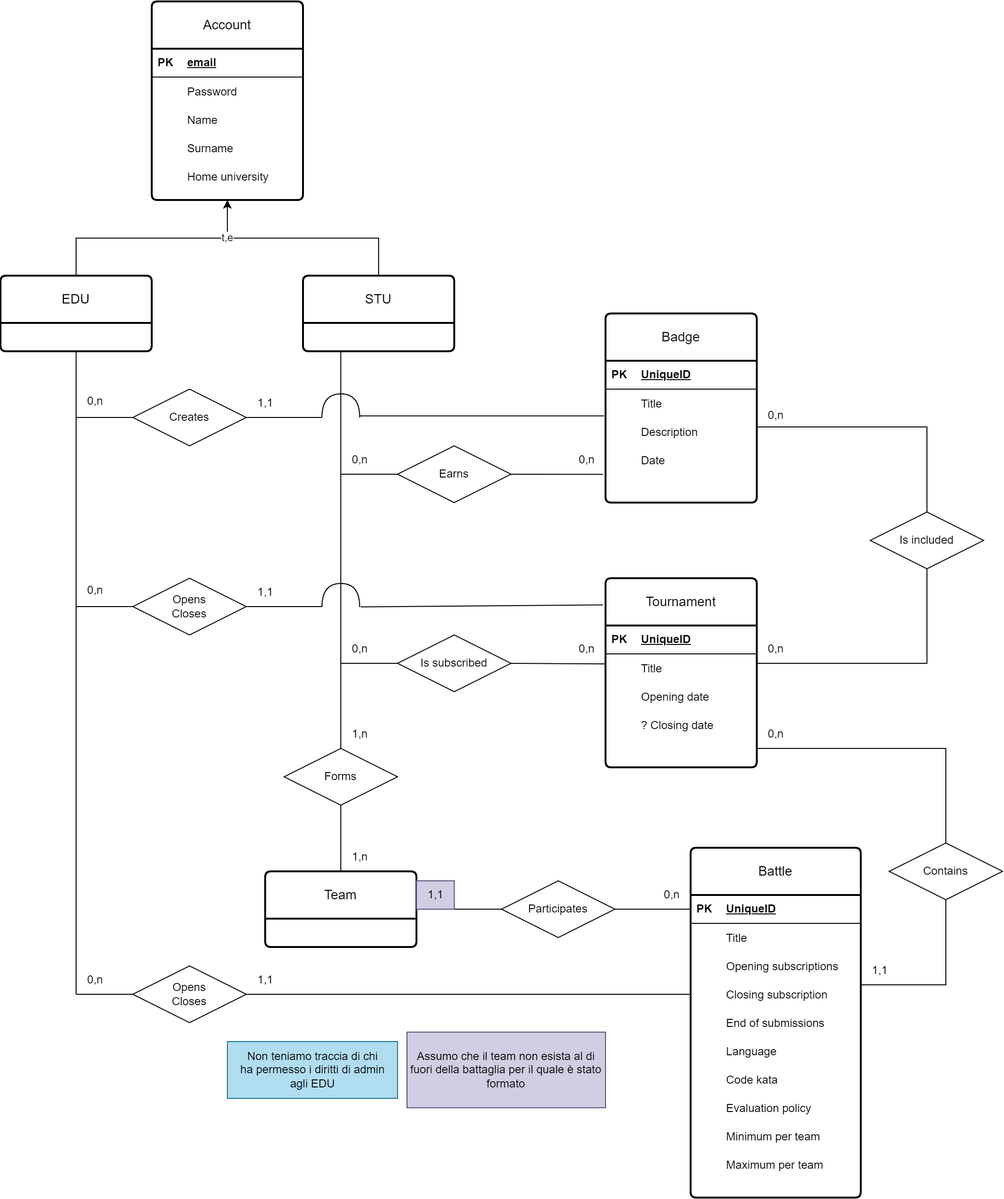
This is DD/images/diagrams/er_diagram.png from pontig/sw-eng-2-PasiniPontiggiaStasi, a draw.io export, as it was before one commit. Source tidied: cells renumbered, new cells last; positions are measured from the earlier drawing's top-left corner, leaving out a move shared by most shapes.
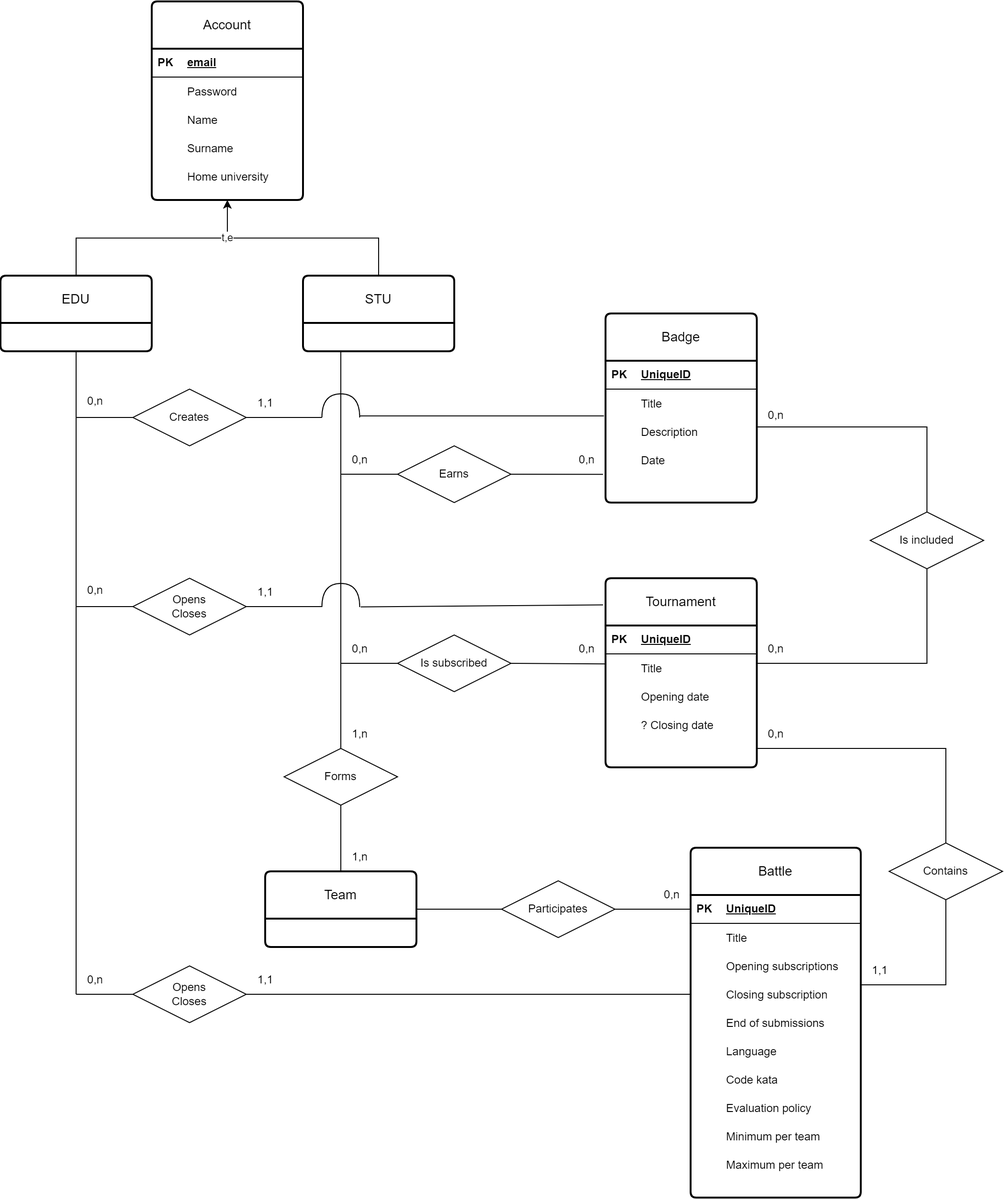
The same diagram one commit later.

What changed in the source:
```diff
@@ -161,9 +161,6 @@
     <mxCell id="54" value="Is subscribed" style="shape=rhombus;perimeter=rhombusPerimeter;whiteSpace=wrap;html=1;align=center;" parent="1" vertex="1">
       <mxGeometry x="420" y="670" width="120" height="60" as="geometry" />
     </mxCell>
-    <mxCell id="55" value="Non teniamo traccia di chi&lt;br&gt;ha permesso i diritti di admin&lt;br&gt;agli EDU" style="text;html=1;align=center;verticalAlign=middle;strokeColor=#10739e;fillColor=#b1ddf0;" parent="1" vertex="1">
-      <mxGeometry x="240" y="1100" width="180" height="60" as="geometry" />
-    </mxCell>
     <mxCell id="56" value="Battle" style="swimlane;horizontal=1;startSize=50;rounded=1;fontSize=14;fontStyle=0;strokeWidth=2;shadow=0;dashed=0;align=center;arcSize=4;whiteSpace=wrap;html=1;" parent="1" vertex="1">
       <mxGeometry x="730" y="895" width="180" height="370" as="geometry" />
     </mxCell>
@@ -415,12 +412,6 @@
     <mxCell id="128" value="0,n" style="text;html=1;align=center;verticalAlign=middle;strokeColor=none;fillColor=none;" parent="1" vertex="1">
       <mxGeometry x="690" y="930" width="40" height="30" as="geometry" />
     </mxCell>
-    <mxCell id="129" value="1,1" style="text;html=1;align=center;verticalAlign=middle;strokeColor=#56517e;fillColor=#d0cee2;" parent="1" vertex="1">
-      <mxGeometry x="440" y="930" width="40" height="30" as="geometry" />
-    </mxCell>
-    <mxCell id="130" value="Assumo che il team non esista al di fuori della battaglia per il quale è stato formato" style="whiteSpace=wrap;html=1;fillColor=#d0cee2;strokeColor=#56517e;" parent="1" vertex="1">
-      <mxGeometry x="430" y="1090" width="210" height="80" as="geometry" />
-    </mxCell>
     <mxCell id="131" value="1,n" style="text;html=1;align=center;verticalAlign=middle;strokeColor=none;fillColor=none;" parent="1" vertex="1">
       <mxGeometry x="360" y="890" width="40" height="30" as="geometry" />
     </mxCell>
```
